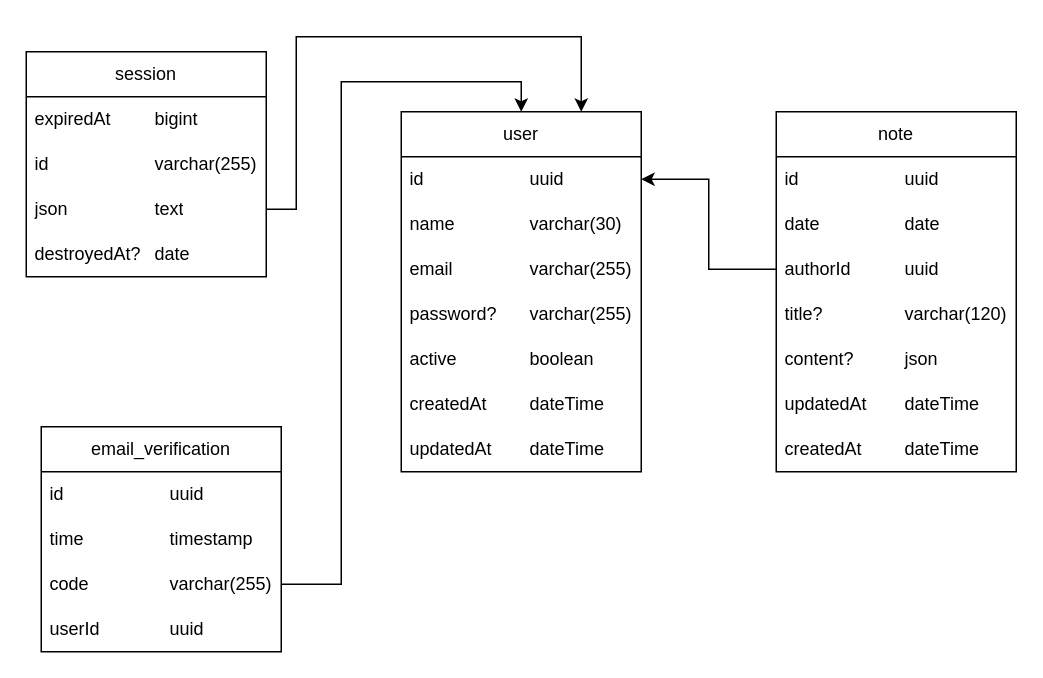
This is diary app db diagram.drawio from MaselkoVol/diary-app, a draw.io file, before an edit. Source tidied: cells renumbered, new cells numbered last; positions are measured from the earlier drawing's top-left corner, leaving out a move shared by most shapes. Both pictures are drawn from the tidied source at 150%, with x=0, y=0 at pixel (26, 36).
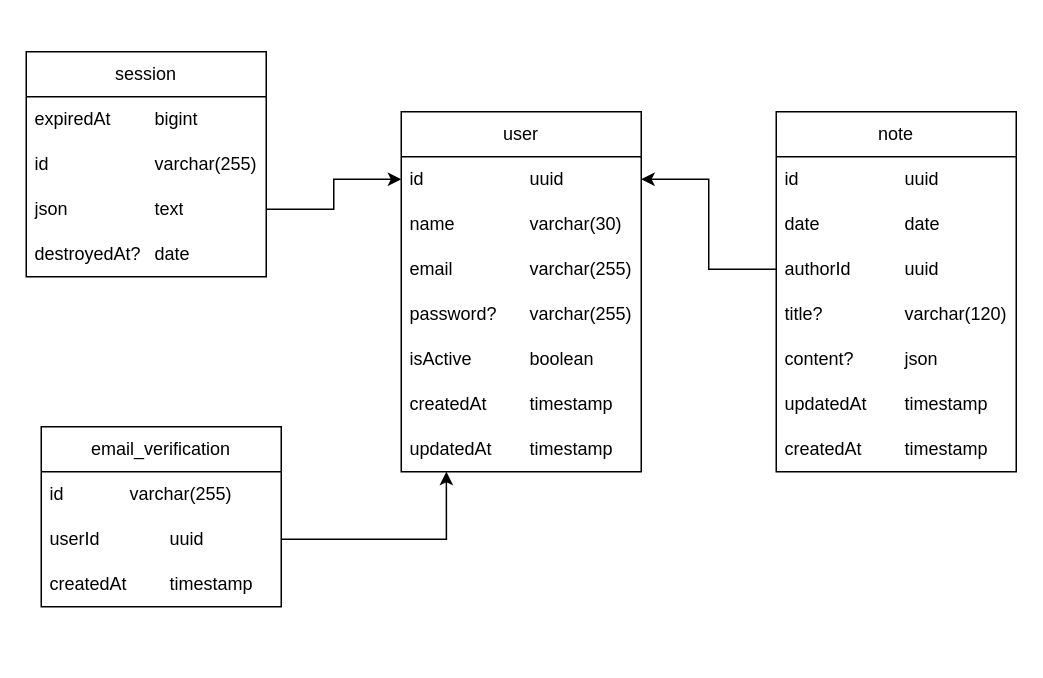
After the change.

The change refers to these unchanged cells:
```xml
<mxCell id="2" value="user" style="swimlane;fontStyle=0;horizontal=1;startSize=30;whiteSpace=wrap;html=1;" parent="1" vertex="1">
  <mxGeometry x="250" y="50" width="160" height="240" as="geometry" />
</mxCell>
<mxCell id="3" value="id&lt;span style=&quot;white-space: pre;&quot;&gt;&#9;&lt;span style=&quot;white-space: pre;&quot;&gt;&#9;&lt;/span&gt;&lt;span style=&quot;white-space: pre;&quot;&gt;&#9;&lt;/span&gt;&lt;/span&gt;uuid" style="text;strokeColor=none;fillColor=none;align=left;verticalAlign=middle;spacingLeft=4;spacingRight=4;overflow=hidden;points=[[0,0.5],[1,0.5]];portConstraint=eastwest;whiteSpace=wrap;html=1;" parent="2" vertex="1">
  <mxGeometry y="30" width="160" height="30" as="geometry" />
</mxCell>
<mxCell id="10" value="note" style="swimlane;fontStyle=0;horizontal=1;startSize=30;whiteSpace=wrap;html=1;" parent="1" vertex="1">
  <mxGeometry x="500" y="50" width="160" height="240" as="geometry" />
</mxCell>
<mxCell id="22" value="json&lt;span style=&quot;white-space: pre;&quot;&gt;&#9;&lt;/span&gt;&lt;span style=&quot;white-space: pre;&quot;&gt;&#9;&lt;span style=&quot;white-space: pre;&quot;&gt;&#9;&lt;/span&gt;&lt;/span&gt;text" style="text;strokeColor=none;fillColor=none;align=left;verticalAlign=middle;spacingLeft=4;spacingRight=4;overflow=hidden;points=[[0,0.5],[1,0.5]];portConstraint=eastwest;whiteSpace=wrap;html=1;" parent="19" vertex="1">
  <mxGeometry y="90" width="160" height="30" as="geometry" />
</mxCell>
```

What changed in the source:
```diff
@@
-    <mxCell id="7" value="active&lt;span style=&quot;white-space: pre;&quot;&gt;&#9;&lt;/span&gt;&lt;span style=&quot;white-space: pre;&quot;&gt;&#9;&lt;/span&gt;boolean" style="text;strokeColor=none;fillColor=none;align=left;verticalAlign=middle;spacingLeft=4;spacingRight=4;overflow=hidden;whiteSpace=wrap;html=1;" parent="2" vertex="1">
+    <mxCell id="7" value="isActive&lt;span style=&quot;white-space: pre;&quot;&gt;&#9;&lt;/span&gt;&lt;span style=&quot;white-space: pre;&quot;&gt;&#9;&lt;/span&gt;boolean" style="text;strokeColor=none;fillColor=none;align=left;verticalAlign=middle;spacingLeft=4;spacingRight=4;overflow=hidden;whiteSpace=wrap;html=1;" parent="2" vertex="1">
       <mxGeometry y="150" width="160" height="30" as="geometry" />
     </mxCell>
-    <mxCell id="8" value="createdAt&lt;span style=&quot;white-space: pre;&quot;&gt;&#9;&lt;/span&gt;&lt;span style=&quot;white-space: pre;&quot;&gt;&#9;&lt;/span&gt;dateTime" style="text;strokeColor=none;fillColor=none;align=left;verticalAlign=middle;spacingLeft=4;spacingRight=4;overflow=hidden;whiteSpace=wrap;html=1;" parent="2" vertex="1">
+    <mxCell id="8" value="createdAt&lt;span style=&quot;white-space: pre;&quot;&gt;&#9;&lt;/span&gt;&lt;span style=&quot;white-space: pre;&quot;&gt;&#9;&lt;/span&gt;timestamp" style="text;strokeColor=none;fillColor=none;align=left;verticalAlign=middle;spacingLeft=4;spacingRight=4;overflow=hidden;whiteSpace=wrap;html=1;" parent="2" vertex="1">
       <mxGeometry y="180" width="160" height="30" as="geometry" />
     </mxCell>
-    <mxCell id="9" value="updatedAt&lt;span style=&quot;white-space: pre;&quot;&gt;&#9;&lt;/span&gt;dateTime" style="text;strokeColor=none;fillColor=none;align=left;verticalAlign=middle;spacingLeft=4;spacingRight=4;overflow=hidden;points=[[0,0.5],[1,0.5]];portConstraint=eastwest;whiteSpace=wrap;html=1;" parent="2" vertex="1">
+    <mxCell id="9" value="updatedAt&lt;span style=&quot;white-space: pre;&quot;&gt;&#9;&lt;/span&gt;timestamp" style="text;strokeColor=none;fillColor=none;align=left;verticalAlign=middle;spacingLeft=4;spacingRight=4;overflow=hidden;points=[[0,0.5],[1,0.5]];portConstraint=eastwest;whiteSpace=wrap;html=1;" parent="2" vertex="1">
       <mxGeometry y="210" width="160" height="30" as="geometry" />
     </mxCell>
@@
-    <mxCell id="16" value="updatedAt&lt;span style=&quot;white-space: pre;&quot;&gt;&#9;&lt;/span&gt;dateTime" style="text;strokeColor=none;fillColor=none;align=left;verticalAlign=middle;spacingLeft=4;spacingRight=4;overflow=hidden;whiteSpace=wrap;html=1;" parent="10" vertex="1">
+    <mxCell id="16" value="updatedAt&lt;span style=&quot;white-space: pre;&quot;&gt;&#9;&lt;/span&gt;timestamp" style="text;strokeColor=none;fillColor=none;align=left;verticalAlign=middle;spacingLeft=4;spacingRight=4;overflow=hidden;whiteSpace=wrap;html=1;" parent="10" vertex="1">
       <mxGeometry y="180" width="160" height="30" as="geometry" />
     </mxCell>
-    <mxCell id="17" value="createdAt&lt;span style=&quot;white-space: pre;&quot;&gt;&#9;&lt;/span&gt;&lt;span style=&quot;white-space: pre;&quot;&gt;&#9;&lt;/span&gt;dateTime" style="text;strokeColor=none;fillColor=none;align=left;verticalAlign=middle;spacingLeft=4;spacingRight=4;overflow=hidden;whiteSpace=wrap;html=1;" parent="10" vertex="1">
+    <mxCell id="17" value="createdAt&lt;span style=&quot;white-space: pre;&quot;&gt;&#9;&lt;/span&gt;&lt;span style=&quot;white-space: pre;&quot;&gt;&#9;&lt;/span&gt;timestamp" style="text;strokeColor=none;fillColor=none;align=left;verticalAlign=middle;spacingLeft=4;spacingRight=4;overflow=hidden;whiteSpace=wrap;html=1;" parent="10" vertex="1">
       <mxGeometry y="210" width="160" height="30" as="geometry" />
     </mxCell>
@@
     <mxCell id="24" value="email_verification" style="swimlane;fontStyle=0;horizontal=1;startSize=30;whiteSpace=wrap;html=1;" parent="1" vertex="1">
-      <mxGeometry x="10" y="260" width="160" height="150" as="geometry" />
+      <mxGeometry x="10" y="260" width="160" height="120" as="geometry" />
     </mxCell>
-    <mxCell id="25" value="id&lt;span style=&quot;white-space: pre;&quot;&gt;&#9;&lt;span style=&quot;white-space: pre;&quot;&gt;&#9;&lt;/span&gt;&lt;span style=&quot;white-space: pre;&quot;&gt;&#9;&lt;/span&gt;&lt;/span&gt;uuid" style="text;strokeColor=none;fillColor=none;align=left;verticalAlign=middle;spacingLeft=4;spacingRight=4;overflow=hidden;whiteSpace=wrap;html=1;" parent="24" vertex="1">
-      <mxGeometry y="30" width="160" height="30" as="geometry" />
-    </mxCell>
-    <mxCell id="26" value="time&lt;span style=&quot;white-space: pre;&quot;&gt;&#9;&lt;/span&gt;&lt;span style=&quot;white-space: pre;&quot;&gt;&#9;&lt;span style=&quot;white-space: pre;&quot;&gt;&#9;&lt;/span&gt;&lt;/span&gt;timestamp" style="text;strokeColor=none;fillColor=none;align=left;verticalAlign=middle;spacingLeft=4;spacingRight=4;overflow=hidden;whiteSpace=wrap;html=1;" parent="24" vertex="1">
-      <mxGeometry y="60" width="160" height="30" as="geometry" />
-    </mxCell>
-    <mxCell id="27" value="code&lt;span style=&quot;white-space: pre;&quot;&gt;&#9;&lt;/span&gt;&lt;span style=&quot;white-space: pre;&quot;&gt;&#9;&lt;/span&gt;varchar(255)" style="text;strokeColor=none;fillColor=none;align=left;verticalAlign=middle;spacingLeft=4;spacingRight=4;overflow=hidden;points=[[0,0.5],[1,0.5]];portConstraint=eastwest;whiteSpace=wrap;html=1;" parent="24" vertex="1">
-      <mxGeometry y="90" width="160" height="30" as="geometry" />
+    <mxCell id="27" value="id&lt;span style=&quot;white-space: pre;&quot;&gt;&#9;&lt;/span&gt;&lt;span style=&quot;white-space: pre;&quot;&gt;&#9;&lt;/span&gt;varchar(255)" style="text;strokeColor=none;fillColor=none;align=left;verticalAlign=middle;spacingLeft=4;spacingRight=4;overflow=hidden;points=[[0,0.5],[1,0.5]];portConstraint=eastwest;whiteSpace=wrap;html=1;" parent="24" vertex="1">
+      <mxGeometry y="30" width="160" height="30" as="geometry" />
     </mxCell>
     <mxCell id="28" value="userId&lt;span style=&quot;white-space: pre;&quot;&gt;&#9;&lt;span style=&quot;white-space: pre;&quot;&gt;&#9;&lt;/span&gt;&lt;/span&gt;uuid" style="text;strokeColor=none;fillColor=none;align=left;verticalAlign=middle;spacingLeft=4;spacingRight=4;overflow=hidden;points=[[0,0.5],[1,0.5]];portConstraint=eastwest;whiteSpace=wrap;html=1;" parent="24" vertex="1">
-      <mxGeometry y="120" width="160" height="30" as="geometry" />
+      <mxGeometry y="60" width="160" height="30" as="geometry" />
     </mxCell>
-    <mxCell id="29" style="edgeStyle=orthogonalEdgeStyle;rounded=0;jettySize=auto;html=1;exitX=1;exitY=0.5;exitDx=0;exitDy=0;entryX=0.75;entryY=0;entryDx=0;entryDy=0;" parent="1" edge="1" source="22" target="2">
-      <mxGeometry relative="1" as="geometry">
-        <Array as="points">
-          <mxPoint x="180" y="115" />
-          <mxPoint x="180" />
-          <mxPoint x="370" />
-        </Array>
-      </mxGeometry>
-    </mxCell>
-    <mxCell id="30" style="edgeStyle=orthogonalEdgeStyle;rounded=0;jettySize=auto;html=1;exitX=1;exitY=0.5;exitDx=0;exitDy=0;entryX=0.5;entryY=0;entryDx=0;entryDy=0;" parent="1" edge="1" source="27" target="2">
-      <mxGeometry relative="1" as="geometry" />
-    </mxCell>
+    <mxCell id="26" value="createdAt&lt;span style=&quot;white-space: pre;&quot;&gt;&#9;&lt;/span&gt;&lt;span style=&quot;white-space: pre;&quot;&gt;&#9;&lt;/span&gt;timestamp" style="text;strokeColor=none;fillColor=none;align=left;verticalAlign=middle;spacingLeft=4;spacingRight=4;overflow=hidden;whiteSpace=wrap;html=1;" parent="24" vertex="1">
+      <mxGeometry y="90" width="160" height="30" as="geometry" />
+    </mxCell>
+    <mxCell id="31" style="edgeStyle=orthogonalEdgeStyle;rounded=0;jettySize=auto;html=1;exitX=1;exitY=0.5;exitDx=0;exitDy=0;entryX=0.188;entryY=1;entryDx=0;entryDy=0;entryPerimeter=0;" parent="1" edge="1" source="28" target="9">
+      <mxGeometry relative="1" as="geometry" />
+    </mxCell>
+    <mxCell id="32" style="edgeStyle=orthogonalEdgeStyle;rounded=0;jettySize=auto;html=1;exitX=1;exitY=0.5;exitDx=0;exitDy=0;entryX=0;entryY=0.5;entryDx=0;entryDy=0;" parent="1" edge="1" source="22" target="3">
+      <mxGeometry relative="1" as="geometry" />
+    </mxCell>
```
